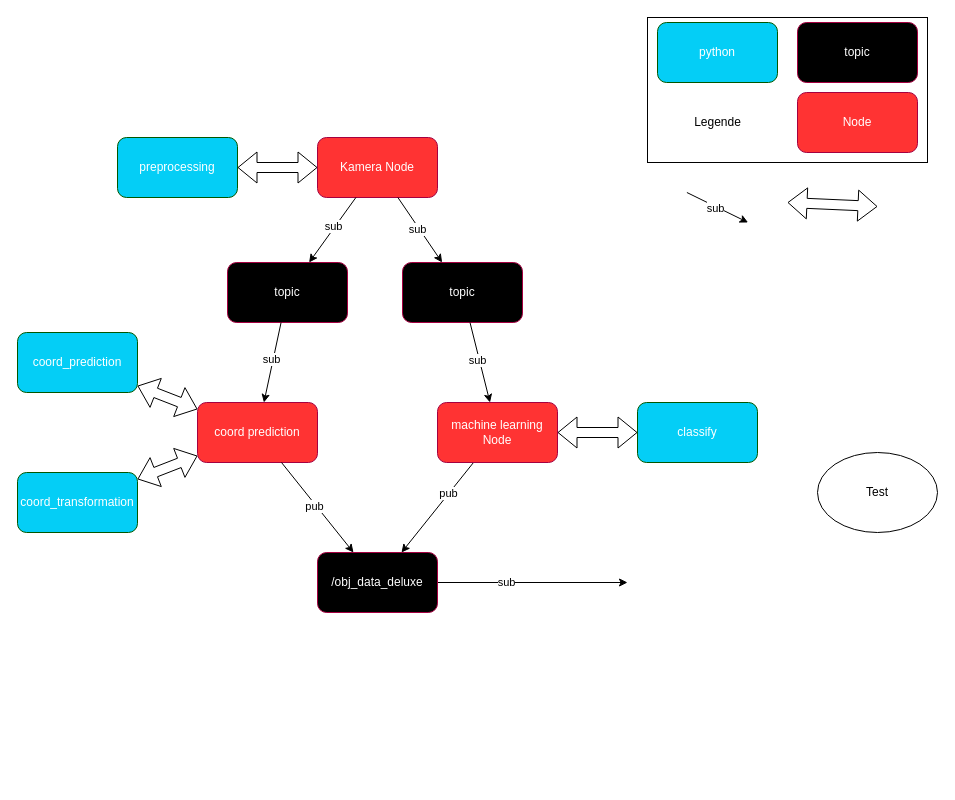
This is misc/architecture/SW_architecture_vision_ml.drawio from ibinsandig/Portal-zur-Exmatrikulation, a draw.io file, before an edit. Source tidied: cells renumbered, new cells numbered last; positions are measured from the earlier drawing's top-left corner, leaving out a move shared by most shapes. Both pictures are drawn from the tidied source at 100%, with x=0, y=0 at pixel (17, 17).
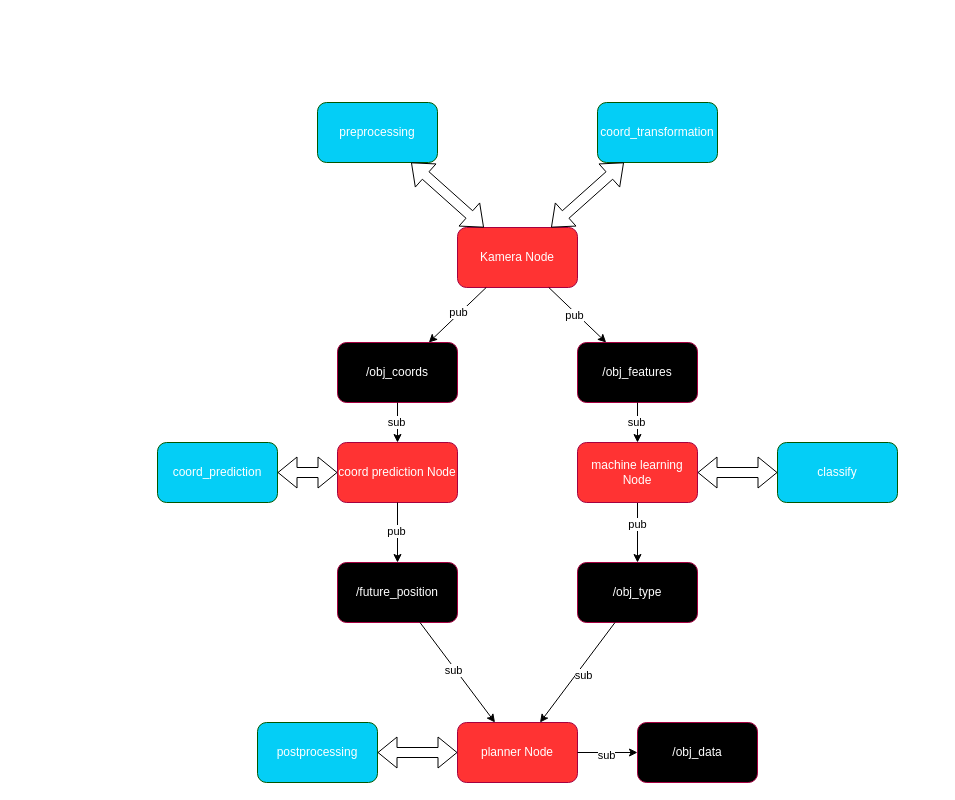
After the change.

The change refers to these unchanged cells:
```xml
<mxCell id="26" style="endArrow=classic;html=1;" parent="1" edge="1" source="2" target="24">
  <mxGeometry relative="1" as="geometry" />
</mxCell>
<mxCell id="32" style="endArrow=classic;html=1;" parent="1" edge="1" source="2" target="23">
  <mxGeometry relative="1" as="geometry" />
</mxCell>
```

What changed in the source:
```diff
@@
     <mxCell id="2" value="Kamera Node" style="rounded=1;whiteSpace=wrap;html=1;fillColor=#FF3333;fontColor=#ffffff;strokeColor=#A50040;" parent="1" vertex="1">
-      <mxGeometry x="300" y="120" width="120" height="60" as="geometry" />
+      <mxGeometry x="440" y="210" width="120" height="60" as="geometry" />
     </mxCell>
     <mxCell id="3" value="preprocessing" style="rounded=1;whiteSpace=wrap;html=1;fillColor=light-dark(#04cef6, #43ba43);fontColor=#ffffff;strokeColor=#005700;" parent="1" vertex="1">
-      <mxGeometry x="100" y="120" width="120" height="60" as="geometry" />
+      <mxGeometry x="300" y="85" width="120" height="60" as="geometry" />
     </mxCell>
     <mxCell id="4" value="classify" style="rounded=1;whiteSpace=wrap;html=1;fillColor=light-dark(#04cef6, #43ba43);fontColor=#ffffff;strokeColor=#005700;" parent="1" vertex="1">
-      <mxGeometry x="620" y="385" width="120" height="60" as="geometry" />
+      <mxGeometry x="760" y="425" width="120" height="60" as="geometry" />
     </mxCell>
     <mxCell id="5" value="coord_prediction" style="rounded=1;whiteSpace=wrap;html=1;fillColor=light-dark(#04cef6, #43ba43);fontColor=#ffffff;strokeColor=#005700;" parent="1" vertex="1">
-      <mxGeometry y="315" width="120" height="60" as="geometry" />
+      <mxGeometry x="140" y="425" width="120" height="60" as="geometry" />
     </mxCell>
-    <mxCell id="6" value="Test" style="ellipse;whiteSpace=wrap;html=1;" parent="1" vertex="1">
-      <mxGeometry x="800" y="435" width="120" height="80" as="geometry" />
-    </mxCell>
-    <mxCell id="7" style="endArrow=classic;html=1;" parent="1" edge="1">
-      <mxGeometry relative="1" as="geometry">
-        <mxPoint x="669.4" y="175" as="sourcePoint" />
-        <mxPoint x="730.6" y="205" as="targetPoint" />
-      </mxGeometry>
-    </mxCell>
-    <mxCell id="8" value="sub" style="edgeLabel;html=1;align=center;verticalAlign=middle;" parent="7" vertex="1">
-      <mxGeometry x="-0.07" y="-2" relative="1" as="geometry" />
-    </mxCell>
@@
     <mxCell id="11" value="machine learning Node" style="rounded=1;whiteSpace=wrap;html=1;fillColor=#FF3333;fontColor=#ffffff;strokeColor=#A50040;" parent="1" vertex="1">
-      <mxGeometry x="420" y="385" width="120" height="60" as="geometry" />
+      <mxGeometry x="560" y="425" width="120" height="60" as="geometry" />
     </mxCell>
     <mxCell id="12" value="coord_transformation" style="rounded=1;whiteSpace=wrap;html=1;fillColor=light-dark(#04cef6, #43ba43);fontColor=#ffffff;strokeColor=#005700;" parent="1" vertex="1">
-      <mxGeometry y="455" width="120" height="60" as="geometry" />
+      <mxGeometry x="580" y="85" width="120" height="60" as="geometry" />
     </mxCell>
-    <mxCell id="13" style="edgeStyle=none;html=1;" parent="1" edge="1" source="15">
-      <mxGeometry relative="1" as="geometry">
-        <mxPoint x="610" y="565" as="targetPoint" />
-      </mxGeometry>
-    </mxCell>
-    <mxCell id="14" value="sub" style="edgeLabel;html=1;align=center;verticalAlign=middle;" parent="13" vertex="1">
-      <mxGeometry x="-0.28" y="1" relative="1" as="geometry" />
-    </mxCell>
-    <mxCell id="15" value="/obj_data_deluxe" style="rounded=1;whiteSpace=wrap;html=1;fillColor=light-dark(#000000, #ff7777);fontColor=#ffffff;strokeColor=#A50040;" parent="1" vertex="1">
-      <mxGeometry x="300" y="535" width="120" height="60" as="geometry" />
+    <mxCell id="15" value="/obj_type" style="rounded=1;whiteSpace=wrap;html=1;fillColor=light-dark(#000000, #ff7777);fontColor=#ffffff;strokeColor=#A50040;" parent="1" vertex="1">
+      <mxGeometry x="560" y="545" width="120" height="60" as="geometry" />
     </mxCell>
-    <mxCell id="16" style="rounded=0;whiteSpace=wrap;html=1;" parent="1" vertex="1">
-      <mxGeometry x="630" width="280" height="145" as="geometry" />
-    </mxCell>
-    <mxCell id="17" value="topic" style="rounded=1;whiteSpace=wrap;html=1;fillColor=#000000;fontColor=#ffffff;strokeColor=#A50040;" parent="1" vertex="1">
-      <mxGeometry x="780" y="5" width="120" height="60" as="geometry" />
-    </mxCell>
-    <mxCell id="18" value="Node" style="rounded=1;whiteSpace=wrap;html=1;fillColor=#FF3333;fontColor=#ffffff;strokeColor=#A50040;" parent="1" vertex="1">
-      <mxGeometry x="780" y="75" width="120" height="60" as="geometry" />
-    </mxCell>
-    <mxCell id="19" value="python" style="rounded=1;whiteSpace=wrap;html=1;fillColor=light-dark(#04cef6, #43ba43);fontColor=#ffffff;strokeColor=#005700;" parent="1" vertex="1">
-      <mxGeometry x="640" y="5" width="120" height="60" as="geometry" />
-    </mxCell>
-    <mxCell id="20" value="Legende" style="text;html=1;align=center;verticalAlign=middle;strokeColor=none;fillColor=none;" parent="1" vertex="1">
-      <mxGeometry x="665" y="90" width="70" height="30" as="geometry" />
-    </mxCell>
-    <mxCell id="21" value="coord prediction" style="rounded=1;whiteSpace=wrap;html=1;fillColor=#FF3333;fontColor=#ffffff;strokeColor=#A50040;" parent="1" vertex="1">
-      <mxGeometry x="180" y="385" width="120" height="60" as="geometry" />
+    <mxCell id="21" value="coord prediction Node" style="rounded=1;whiteSpace=wrap;html=1;fillColor=#FF3333;fontColor=#ffffff;strokeColor=#A50040;" parent="1" vertex="1">
+      <mxGeometry x="320" y="425" width="120" height="60" as="geometry" />
     </mxCell>
-    <mxCell id="22" style="shape=flexArrow;endArrow=classic;startArrow=classic;html=1;" parent="1" edge="1">
-      <mxGeometry relative="1" as="geometry">
-        <mxPoint x="860" y="189" as="sourcePoint" />
-        <mxPoint x="770" y="185" as="targetPoint" />
-      </mxGeometry>
+    <mxCell id="22" style="shape=flexArrow;endArrow=classic;startArrow=classic;html=1;" parent="1" edge="1" source="40" target="45">
+      <mxGeometry relative="1" as="geometry" />
     </mxCell>
-    <mxCell id="23" value="topic" style="rounded=1;whiteSpace=wrap;html=1;fillColor=#000000;fontColor=#ffffff;strokeColor=#A50040;" parent="1" vertex="1">
-      <mxGeometry x="210" y="245" width="120" height="60" as="geometry" />
+    <mxCell id="23" value="/obj_coords" style="rounded=1;whiteSpace=wrap;html=1;fillColor=#000000;fontColor=#ffffff;strokeColor=#A50040;" parent="1" vertex="1">
+      <mxGeometry x="320" y="325" width="120" height="60" as="geometry" />
     </mxCell>
-    <mxCell id="24" value="topic" style="rounded=1;whiteSpace=wrap;html=1;fillColor=#000000;fontColor=#ffffff;strokeColor=#A50040;" parent="1" vertex="1">
-      <mxGeometry x="385" y="245" width="120" height="60" as="geometry" />
+    <mxCell id="24" value="/obj_features" style="rounded=1;whiteSpace=wrap;html=1;fillColor=#000000;fontColor=#ffffff;strokeColor=#A50040;" parent="1" vertex="1">
+      <mxGeometry x="560" y="325" width="120" height="60" as="geometry" />
     </mxCell>
@@
-    <mxCell id="27" value="sub" style="edgeLabel;html=1;align=center;verticalAlign=middle;" parent="26" vertex="1">
+    <mxCell id="27" value="pub" style="edgeLabel;html=1;align=center;verticalAlign=middle;" parent="26" vertex="1">
       <mxGeometry x="-0.07" y="-2" relative="1" as="geometry" />
     </mxCell>
@@
-    <mxCell id="30" style="endArrow=classic;html=1;" parent="1" edge="1">
-      <mxGeometry relative="1" as="geometry">
-        <mxPoint x="264" y="445" as="sourcePoint" />
-        <mxPoint x="336" y="535" as="targetPoint" />
-      </mxGeometry>
+    <mxCell id="30" style="endArrow=classic;html=1;" parent="1" edge="1" source="21" target="39">
+      <mxGeometry relative="1" as="geometry" />
     </mxCell>
@@
-    <mxCell id="33" value="sub" style="edgeLabel;html=1;align=center;verticalAlign=middle;" parent="32" vertex="1">
+    <mxCell id="33" value="pub" style="edgeLabel;html=1;align=center;verticalAlign=middle;" parent="32" vertex="1">
       <mxGeometry x="-0.07" y="-2" relative="1" as="geometry" />
     </mxCell>
@@
-    <mxCell id="37" style="shape=flexArrow;endArrow=classic;startArrow=classic;html=1;" parent="1" edge="1" source="21" target="12">
+    <mxCell id="37" style="shape=flexArrow;endArrow=classic;startArrow=classic;html=1;" parent="1" edge="1" source="2" target="12">
       <mxGeometry relative="1" as="geometry" />
     </mxCell>
@@
+    <mxCell id="39" value="/future_position" style="rounded=1;whiteSpace=wrap;html=1;fillColor=light-dark(#000000, #ff7777);fontColor=#ffffff;strokeColor=#A50040;" parent="1" vertex="1">
+      <mxGeometry x="320" y="545" width="120" height="60" as="geometry" />
+    </mxCell>
+    <mxCell id="40" value="planner Node" style="rounded=1;whiteSpace=wrap;html=1;fillColor=#FF3333;fontColor=#ffffff;strokeColor=#A50040;" parent="1" vertex="1">
+      <mxGeometry x="440" y="705" width="120" height="60" as="geometry" />
+    </mxCell>
+    <mxCell id="41" style="edgeStyle=none;html=1;" parent="1" edge="1" source="15" target="40">
+      <mxGeometry relative="1" as="geometry" />
+    </mxCell>
+    <mxCell id="42" value="sub" style="edgeLabel;html=1;align=center;verticalAlign=middle;" parent="41" vertex="1">
+      <mxGeometry x="-0.3" y="-1" relative="1" as="geometry">
+        <mxPoint x="-5" y="18" as="offset" />
+      </mxGeometry>
+    </mxCell>
+    <mxCell id="43" style="endArrow=classic;html=1;" parent="1" edge="1" source="39" target="40">
+      <mxGeometry relative="1" as="geometry" />
+    </mxCell>
+    <mxCell id="44" value="sub" style="edgeLabel;html=1;align=center;verticalAlign=middle;" parent="43" vertex="1">
+      <mxGeometry x="-0.07" y="-2" relative="1" as="geometry" />
+    </mxCell>
+    <mxCell id="45" value="postprocessing" style="rounded=1;whiteSpace=wrap;html=1;fillColor=light-dark(#04cef6, #43ba43);fontColor=#ffffff;strokeColor=#005700;" parent="1" vertex="1">
+      <mxGeometry x="240" y="705" width="120" height="60" as="geometry" />
+    </mxCell>
+    <mxCell id="46" value="/obj_data" style="rounded=1;whiteSpace=wrap;html=1;fillColor=#000000;fontColor=#ffffff;strokeColor=#A50040;" parent="1" vertex="1">
+      <mxGeometry x="620" y="705" width="120" height="60" as="geometry" />
+    </mxCell>
+    <mxCell id="47" style="endArrow=classic;html=1;" parent="1" edge="1" source="40" target="46">
+      <mxGeometry relative="1" as="geometry" />
+    </mxCell>
+    <mxCell id="48" value="sub" style="edgeLabel;html=1;align=center;verticalAlign=middle;" parent="47" vertex="1">
+      <mxGeometry x="-0.07" y="-2" relative="1" as="geometry" />
+    </mxCell>
```
